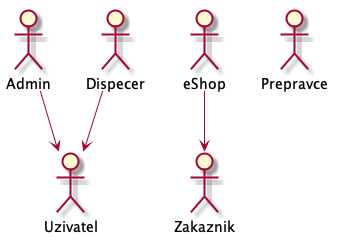
This is actors.png from Internet-Handel/postman, a PlantUML export, as it was before one commit.
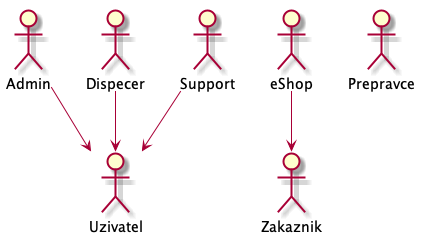
Later version of the same file.

Diff of the diagram source:
```diff
@@ -6,9 +6,11 @@
 actor :eShop: as eShop
 actor :Admin: as admin
 actor :Dispecer: as dispecer
+actor :Support: as support
 actor :Prepravce: as prepravce
 
 
+support --> uzivatel
 admin --> uzivatel
 dispecer --> uzivatel
 eShop --> zakaznik
```
